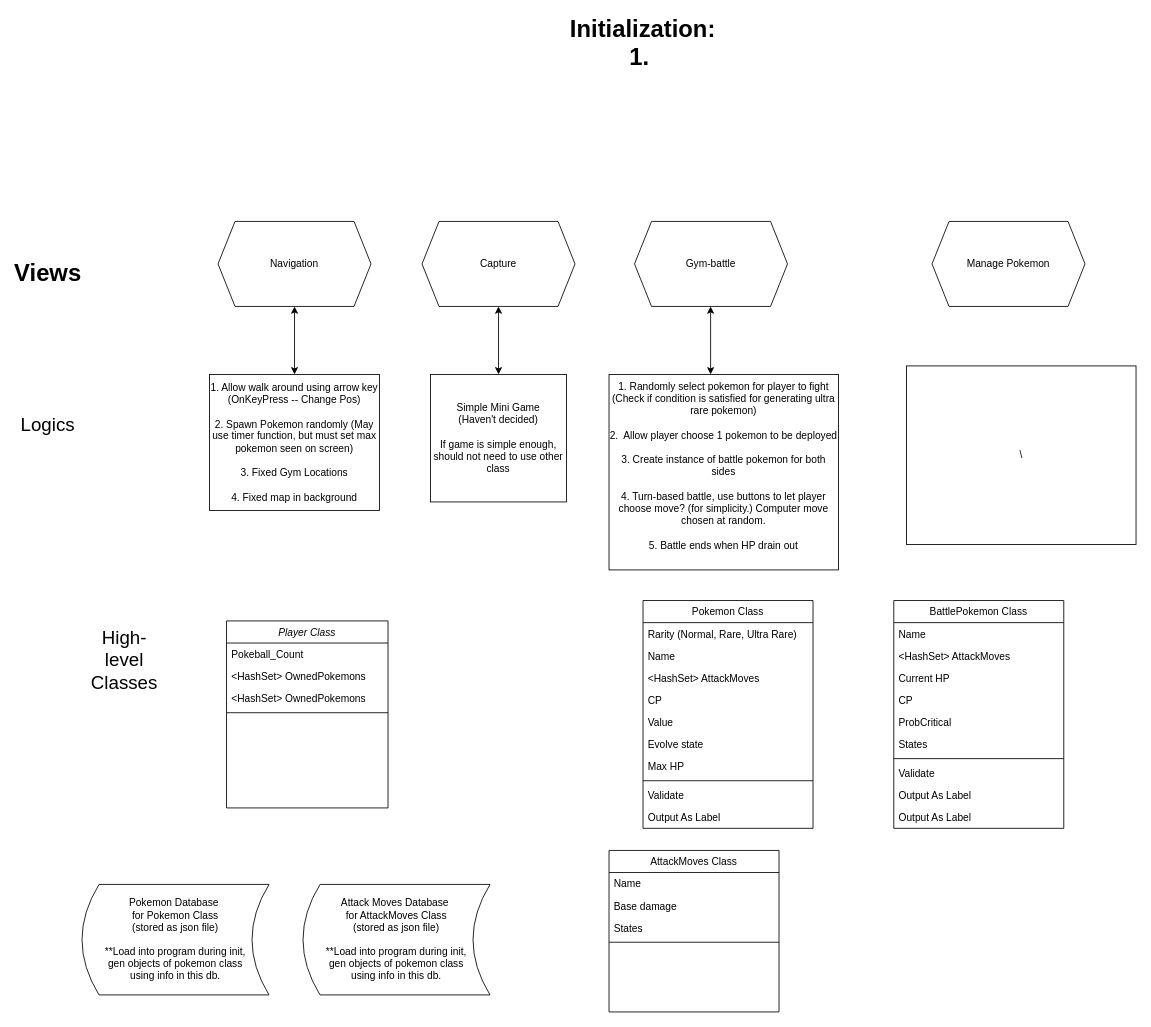
Above: Untitled Diagram.drawio in tpmmthomas/ierg3080-pokemon-go (draw.io), before the change. Source tidied: cells renumbered, new cells numbered last; positions are measured from the earlier drawing's top-left corner, leaving out a move shared by most shapes. Both pictures are drawn from the tidied source at 85%, with x=0, y=0 at pixel (31, 34).
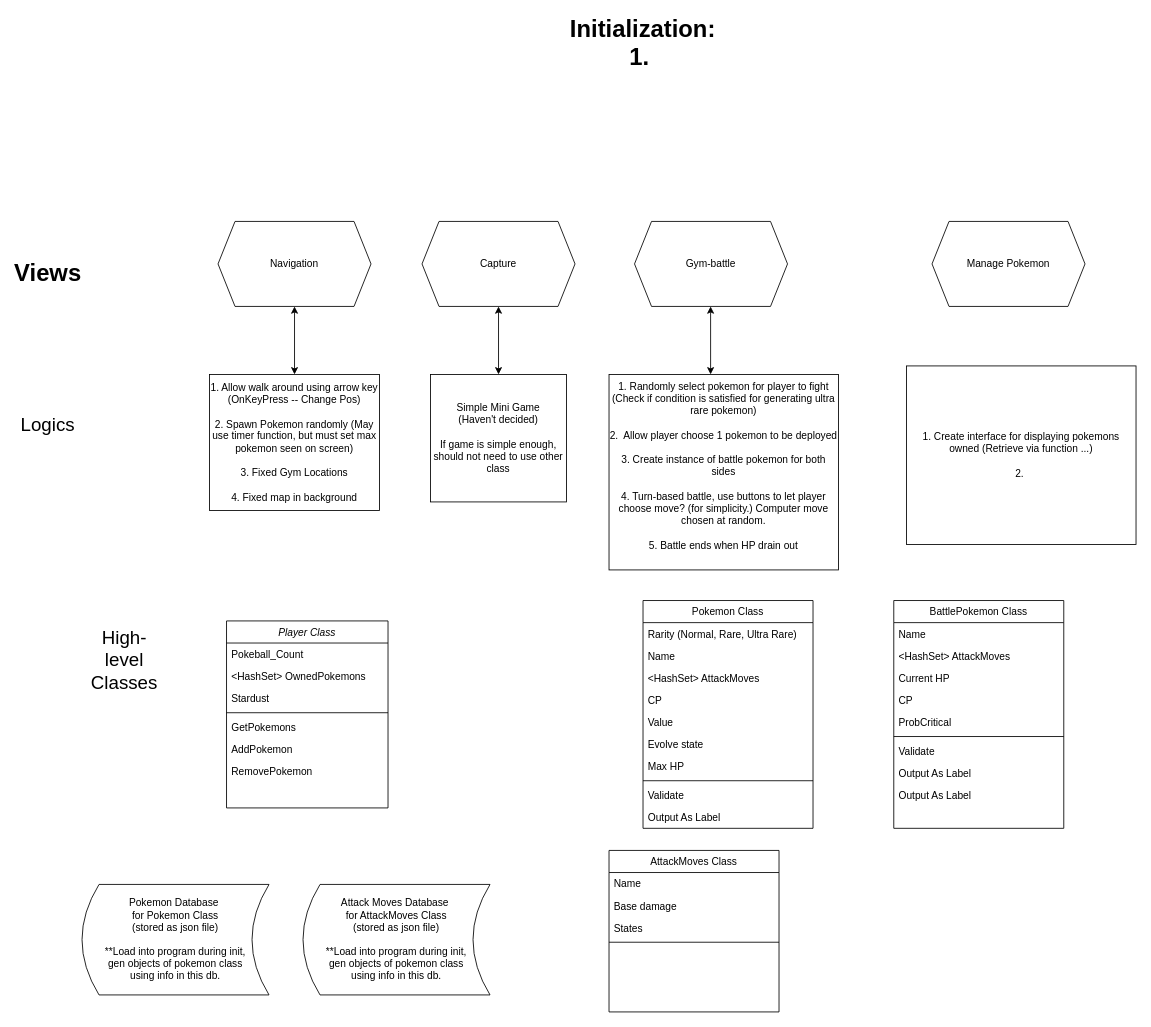
Above is the later version.

The change refers to these unchanged cells:
```xml
<mxCell id="2" value="Player Class" style="swimlane;fontStyle=2;align=center;verticalAlign=top;horizontal=1;startSize=26;rounded=0;shadow=0;strokeWidth=1;" parent="1" vertex="1">
  <mxGeometry x="230" y="690" width="190" height="220" as="geometry" />
</mxCell>
<mxCell id="7" value="BattlePokemon Class" style="swimlane;fontStyle=0;align=center;verticalAlign=top;horizontal=1;startSize=26;rounded=0;shadow=0;strokeWidth=1;" parent="1" vertex="1">
  <mxGeometry x="1015" y="666" width="200" height="268" as="geometry" />
</mxCell>
```

Diff of the diagram source:
```diff
@@
-    <mxCell id="5" value="&lt;HashSet&gt; OwnedPokemons" style="text;align=left;verticalAlign=top;spacingLeft=4;spacingRight=4;overflow=hidden;rounded=0;shadow=0;html=0;" parent="2" vertex="1">
+    <mxCell id="5" value="Stardust" style="text;align=left;verticalAlign=top;spacingLeft=4;spacingRight=4;overflow=hidden;rounded=0;shadow=0;html=0;" parent="2" vertex="1">
       <mxGeometry y="78" width="190" height="26" as="geometry" />
     </mxCell>
@@
+    <mxCell id="51" value="GetPokemons" style="text;align=left;verticalAlign=top;spacingLeft=4;spacingRight=4;overflow=hidden;rounded=0;shadow=0;html=0;" parent="2" vertex="1">
+      <mxGeometry y="112" width="190" height="26" as="geometry" />
+    </mxCell>
+    <mxCell id="52" value="AddPokemon" style="text;align=left;verticalAlign=top;spacingLeft=4;spacingRight=4;overflow=hidden;rounded=0;shadow=0;html=0;" parent="2" vertex="1">
+      <mxGeometry y="138" width="190" height="26" as="geometry" />
+    </mxCell>
+    <mxCell id="53" value="RemovePokemon&#10;" style="text;align=left;verticalAlign=top;spacingLeft=4;spacingRight=4;overflow=hidden;rounded=0;shadow=0;html=0;" parent="2" vertex="1">
+      <mxGeometry y="164" width="190" height="26" as="geometry" />
+    </mxCell>
@@
-    <mxCell id="13" value="States" style="text;align=left;verticalAlign=top;spacingLeft=4;spacingRight=4;overflow=hidden;rounded=0;shadow=0;html=0;" parent="7" vertex="1">
-      <mxGeometry y="156" width="200" height="26" as="geometry" />
-    </mxCell>
     <mxCell id="14" style="line;html=1;strokeWidth=1;align=left;verticalAlign=middle;spacingTop=-1;spacingLeft=3;spacingRight=3;labelPosition=right;" parent="7" vertex="1">
-      <mxGeometry y="182" width="200" height="8" as="geometry" />
+      <mxGeometry y="156" width="200" height="8" as="geometry" />
     </mxCell>
     <mxCell id="15" value="Validate" style="text;align=left;verticalAlign=top;spacingLeft=4;spacingRight=4;overflow=hidden;" parent="7" vertex="1">
-      <mxGeometry y="190" width="200" height="26" as="geometry" />
+      <mxGeometry y="164" width="200" height="26" as="geometry" />
     </mxCell>
     <mxCell id="16" value="Output As Label" style="text;align=left;verticalAlign=top;spacingLeft=4;spacingRight=4;overflow=hidden;" parent="7" vertex="1">
-      <mxGeometry y="216" width="200" height="26" as="geometry" />
+      <mxGeometry y="190" width="200" height="26" as="geometry" />
     </mxCell>
     <mxCell id="17" value="Output As Label" style="text;align=left;verticalAlign=top;spacingLeft=4;spacingRight=4;overflow=hidden;" parent="7" vertex="1">
-      <mxGeometry y="242" width="200" height="26" as="geometry" />
+      <mxGeometry y="216" width="200" height="26" as="geometry" />
     </mxCell>
@@
-    <mxCell id="50" value="\" style="rounded=0;whiteSpace=wrap;html=1;" parent="1" vertex="1">
+    <mxCell id="50" value="1. Create interface for displaying pokemons owned (Retrieve via function ...)&lt;br&gt;&lt;br&gt;2.&amp;nbsp;" style="rounded=0;whiteSpace=wrap;html=1;" parent="1" vertex="1">
       <mxGeometry x="1030" y="390" width="270" height="210" as="geometry" />
     </mxCell>
```
